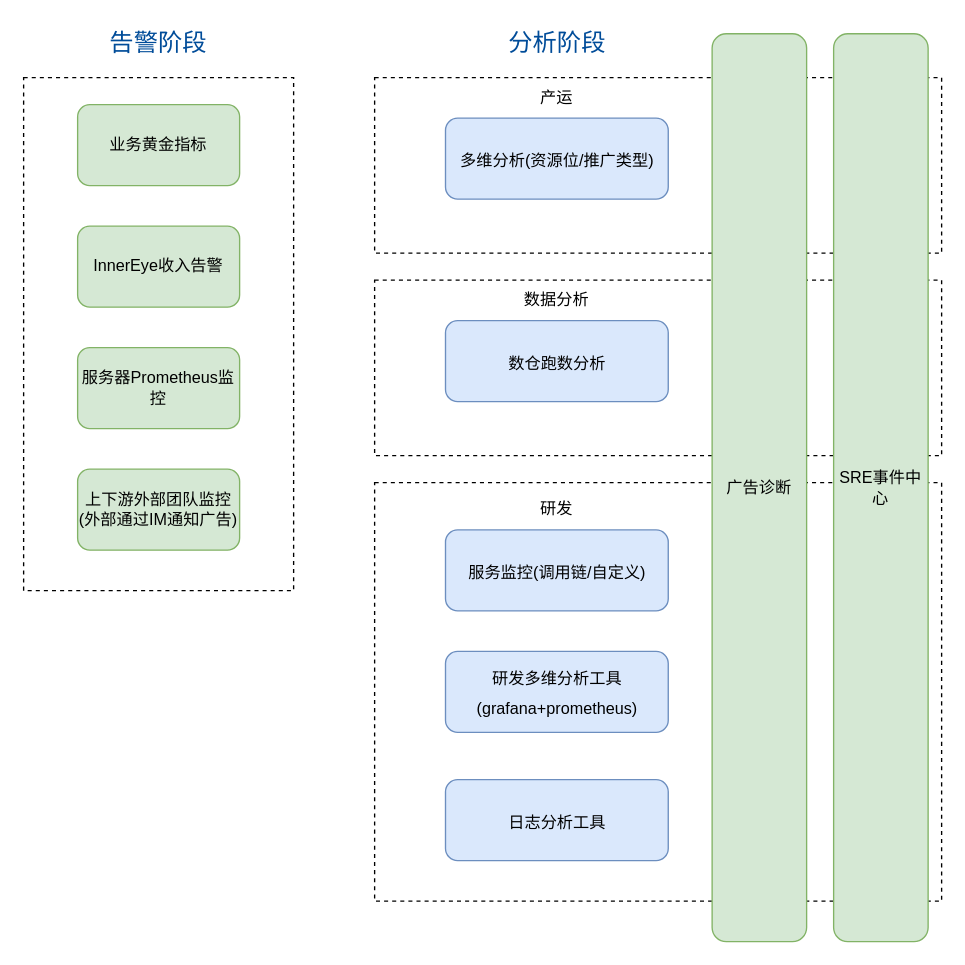
Earlier version of the draw.io diagram universal-engine/业务告警-告警阶段与执行梳理.drawio (karlchan-cn/drawio-repository). Source tidied: cells renumbered, new cells numbered last; positions are measured from the earlier drawing's top-left corner, leaving out a move shared by most shapes. Both pictures are drawn from the tidied source at 135%, with x=0, y=0 at pixel (23, 23).
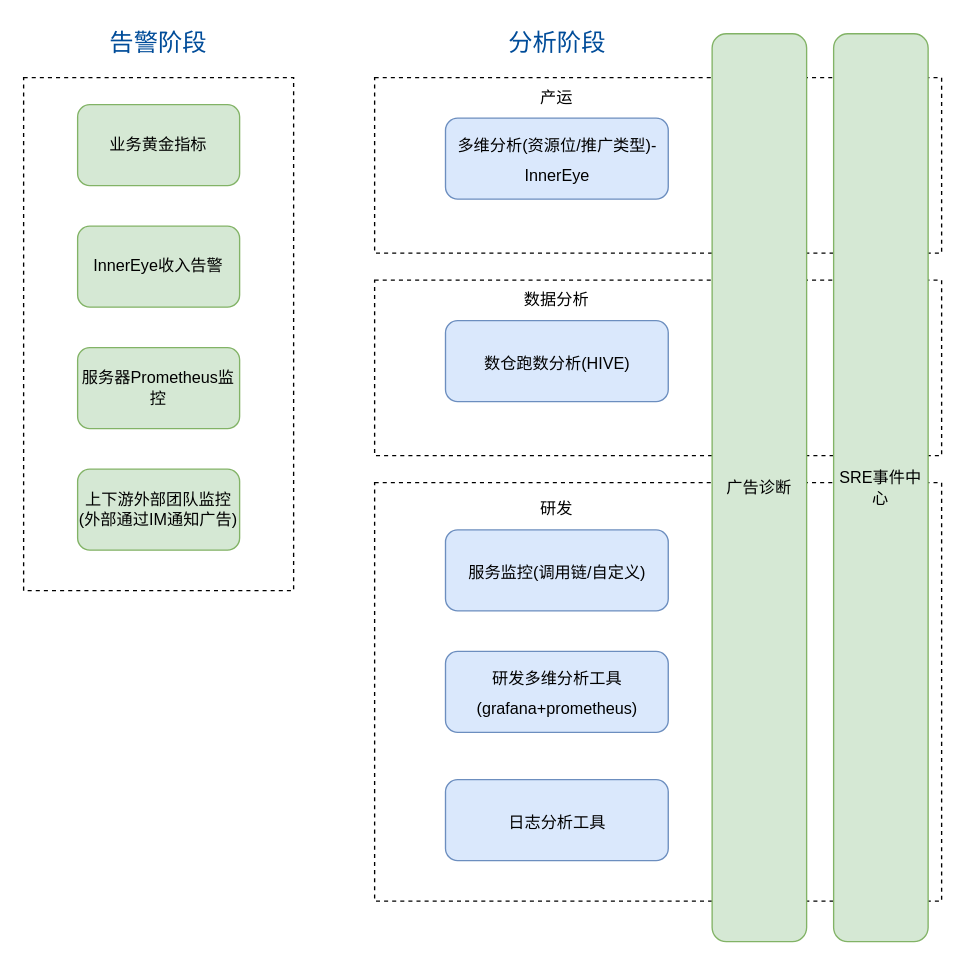
After the change.

Commit message:
更新业务告警-告警阶段与执行梳理.drawio

Change to the diagram source:
```diff
@@
-    <mxCell id="11" value="&lt;span style=&quot;font-size: 12px;&quot;&gt;多维分析(资源位/推广类型)&lt;/span&gt;" style="rounded=1;whiteSpace=wrap;html=1;fontSize=18;fillColor=#dae8fc;strokeColor=#6c8ebf;" parent="1" vertex="1">
+    <mxCell id="11" value="&lt;span style=&quot;font-size: 12px;&quot;&gt;多维分析(资源位/推广类型)-InnerEye&lt;/span&gt;" style="rounded=1;whiteSpace=wrap;html=1;fontSize=18;fillColor=#dae8fc;strokeColor=#6c8ebf;" parent="1" vertex="1">
       <mxGeometry x="312.5" y="70" width="165" height="60" as="geometry" />
     </mxCell>
@@
-    <mxCell id="14" value="&lt;span style=&quot;font-size: 12px;&quot;&gt;数仓跑数分析&lt;/span&gt;" style="rounded=1;whiteSpace=wrap;html=1;fontSize=18;fillColor=#dae8fc;strokeColor=#6c8ebf;" parent="1" vertex="1">
+    <mxCell id="14" value="&lt;span style=&quot;font-size: 12px;&quot;&gt;数仓跑数分析(HIVE)&lt;/span&gt;" style="rounded=1;whiteSpace=wrap;html=1;fontSize=18;fillColor=#dae8fc;strokeColor=#6c8ebf;" parent="1" vertex="1">
       <mxGeometry x="312.5" y="220" width="165" height="60" as="geometry" />
     </mxCell>
```
